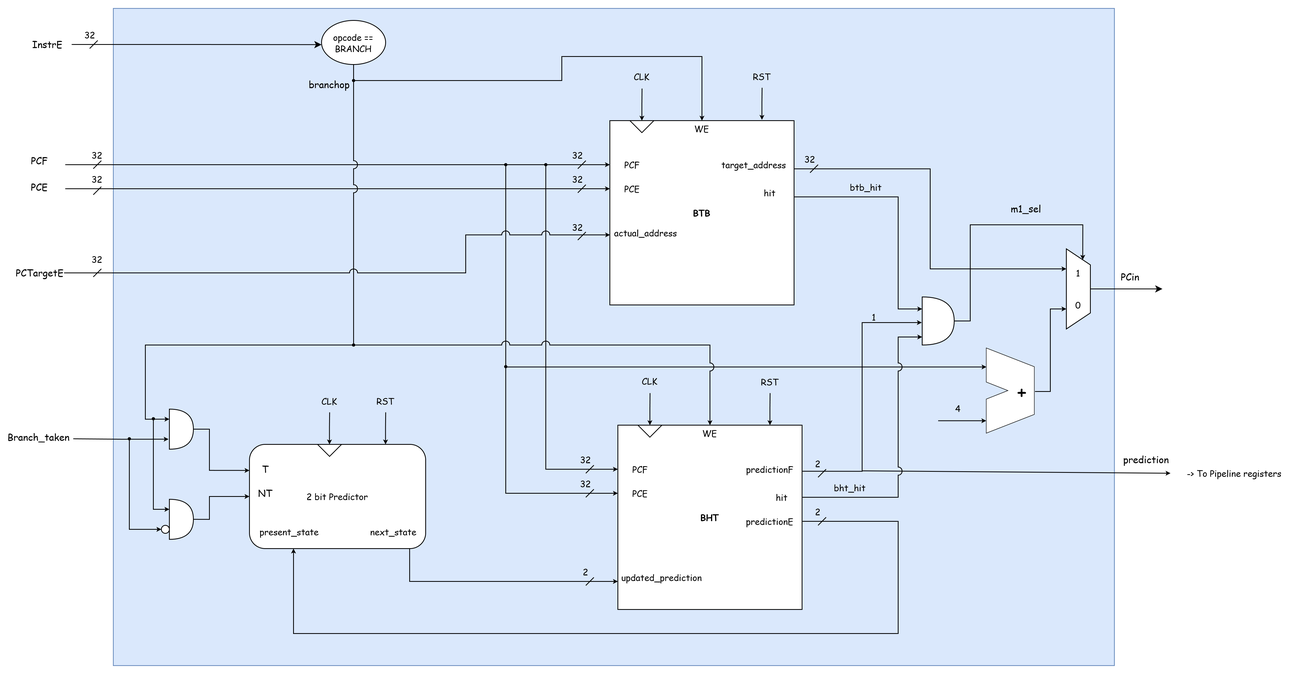
Before: docs/BP.png, a diagram exported from draw.io (abdulrafay7038/RV32I-Pipeline-Core). Source tidied: cells renumbered, new cells last; positions are measured from the earlier drawing's top-left corner, leaving out a move shared by most shapes.
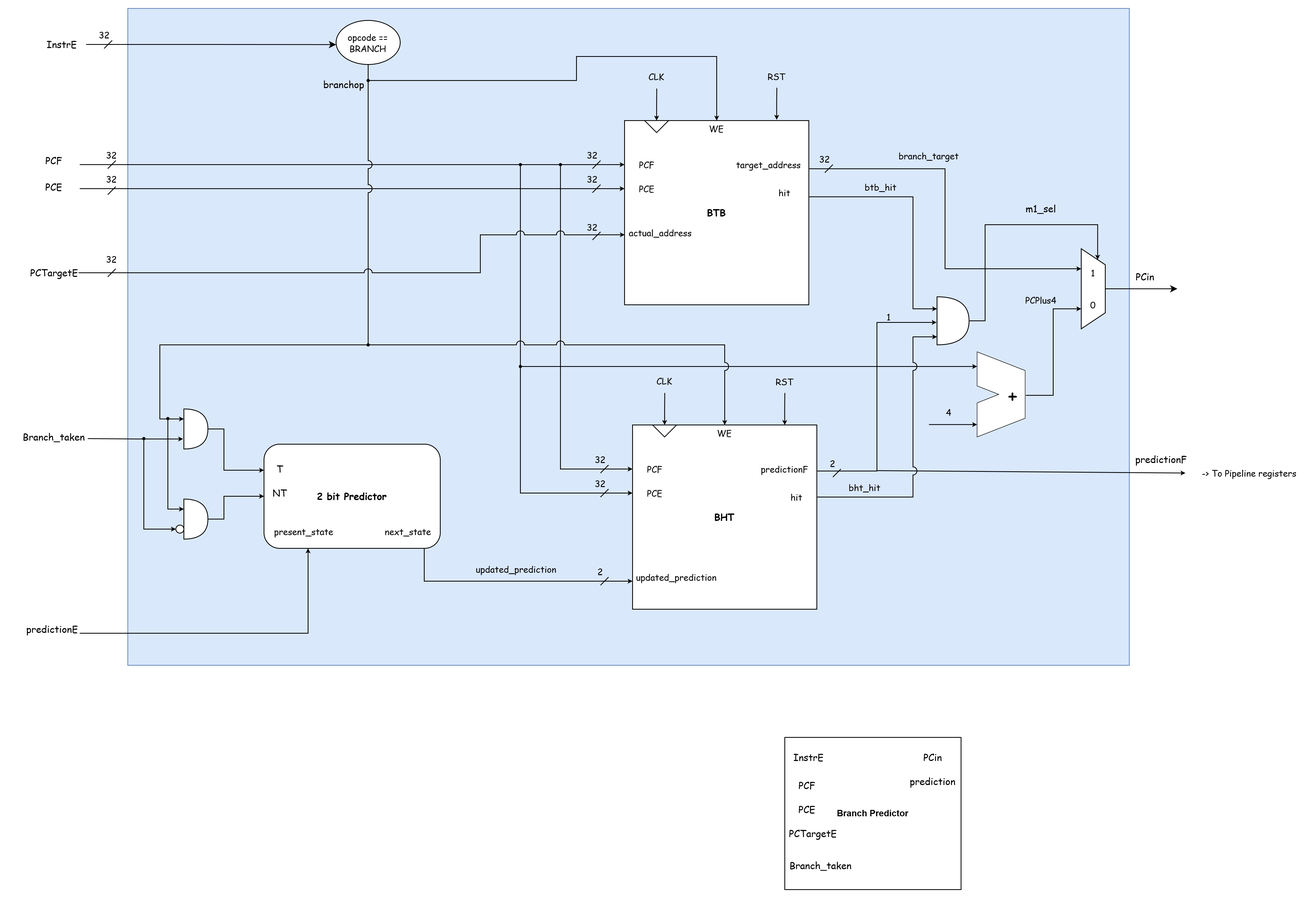
After the change.

Commit message:
Branch predictor diagram updated

What changed in the source:
```diff
@@ -67,7 +67,7 @@
         <mxPoint x="100.2" y="30" as="targetPoint" />
       </mxGeometry>
     </mxCell>
-    <mxCell id="15" value="&lt;b&gt;BTB&lt;/b&gt;" style="whiteSpace=wrap;html=1;fontSize=11;fontFamily=Comic Sans MS;" parent="11" vertex="1">
+    <mxCell id="15" value="&lt;b&gt;&lt;font style=&quot;font-size: 12px;&quot;&gt;BTB&lt;/font&gt;&lt;/b&gt;" style="whiteSpace=wrap;html=1;fontSize=11;fontFamily=Comic Sans MS;" parent="11" vertex="1">
       <mxGeometry x="60" y="70" width="230" height="230" as="geometry" />
     </mxCell>
     <mxCell id="16" value="CLK" style="text;html=1;whiteSpace=wrap;strokeColor=none;fillColor=none;align=center;verticalAlign=middle;rounded=0;fontSize=11;fontFamily=Comic Sans MS;" parent="11" vertex="1">
@@ -136,7 +136,7 @@
     <mxCell id="31" style="edgeStyle=orthogonalEdgeStyle;rounded=0;jettySize=auto;html=1;exitX=1;exitY=0.25;exitDx=0;exitDy=0;endSize=3;entryX=-0.012;entryY=0.533;entryDx=0;entryDy=0;entryPerimeter=0;fontSize=11;fontFamily=Comic Sans MS;" parent="1" edge="1" source="32" target="10">
       <mxGeometry relative="1" as="geometry" />
     </mxCell>
-    <mxCell id="32" value="&lt;b&gt;BHT&lt;/b&gt;" style="whiteSpace=wrap;html=1;fontSize=11;fontFamily=Comic Sans MS;" parent="1" vertex="1">
+    <mxCell id="32" value="&lt;b&gt;&lt;font style=&quot;font-size: 12px;&quot;&gt;BHT&lt;/font&gt;&lt;/b&gt;" style="whiteSpace=wrap;html=1;fontSize=11;fontFamily=Comic Sans MS;" parent="1" vertex="1">
       <mxGeometry x="752" y="520" width="230" height="230" as="geometry" />
     </mxCell>
     <mxCell id="33" value="CLK" style="text;html=1;whiteSpace=wrap;strokeColor=none;fillColor=none;align=center;verticalAlign=middle;rounded=0;fontSize=11;fontFamily=Comic Sans MS;" parent="1" vertex="1">
@@ -203,16 +203,16 @@
       <mxGeometry x="1032" y="210" width="60" height="25" as="geometry" />
     </mxCell>
     <mxCell id="49" value="&lt;font style=&quot;font-size: 25px;&quot;&gt;&amp;nbsp; &amp;nbsp; +&lt;/font&gt;" style="shape=(stored shape, 256 characters);whiteSpace=wrap;html=1;rounded=0;fontSize=11;fontFamily=Comic Sans MS;" parent="1" vertex="1">
-      <mxGeometry x="1212" y="423.7" width="60" height="106.3" as="geometry" />
+      <mxGeometry x="1182" y="428.7" width="60" height="106.3" as="geometry" />
     </mxCell>
     <mxCell id="50" style="endArrow=classic;html=1;rounded=0;endSize=3;fontSize=11;fontFamily=Comic Sans MS;" parent="1" edge="1">
       <mxGeometry relative="1" as="geometry">
-        <mxPoint x="1152" y="514.5" as="sourcePoint" />
-        <mxPoint x="1212" y="514.5" as="targetPoint" />
+        <mxPoint x="1122" y="519.5" as="sourcePoint" />
+        <mxPoint x="1182" y="519.5" as="targetPoint" />
       </mxGeometry>
     </mxCell>
     <mxCell id="51" value="&lt;font&gt;4&lt;/font&gt;" style="text;html=1;whiteSpace=wrap;strokeColor=none;fillColor=none;align=center;verticalAlign=middle;rounded=0;fontSize=11;fontFamily=Comic Sans MS;" parent="1" vertex="1">
-      <mxGeometry x="1162" y="494.5" width="30" height="10" as="geometry" />
+      <mxGeometry x="1132" y="499.5" width="30" height="10" as="geometry" />
     </mxCell>
     <mxCell id="52" value="updated_prediction" style="text;html=1;whiteSpace=wrap;strokeColor=none;fillColor=none;align=center;verticalAlign=middle;rounded=0;fontSize=11;fontFamily=Comic Sans MS;" parent="1" vertex="1">
       <mxGeometry x="752" y="700" width="110" height="20" as="geometry" />
@@ -237,7 +237,7 @@
         <mxPoint x="1442" y="580" as="targetPoint" />
       </mxGeometry>
     </mxCell>
-    <mxCell id="57" value="&lt;font style=&quot;font-size: 12px;&quot;&gt;prediction&lt;/font&gt;" style="text;html=1;whiteSpace=wrap;strokeColor=none;fillColor=none;align=center;verticalAlign=middle;rounded=0;fontSize=11;fontFamily=Comic Sans MS;" parent="1" vertex="1">
+    <mxCell id="57" value="&lt;font style=&quot;font-size: 12px;&quot;&gt;predictionF&lt;/font&gt;" style="text;html=1;whiteSpace=wrap;strokeColor=none;fillColor=none;align=center;verticalAlign=middle;rounded=0;fontSize=11;fontFamily=Comic Sans MS;" parent="1" vertex="1">
       <mxGeometry x="1382" y="547.5" width="60" height="30" as="geometry" />
     </mxCell>
     <mxCell id="58" style="edgeStyle=orthogonalEdgeStyle;rounded=0;jettySize=auto;html=1;exitX=1;exitY=0.5;exitDx=0;exitDy=0;fontSize=11;fontFamily=Comic Sans MS;" parent="1" edge="1" source="59">
@@ -251,38 +251,27 @@
     <mxCell id="60" value="&lt;font&gt;opcode == BRANCH&lt;/font&gt;" style="ellipse;whiteSpace=wrap;html=1;fontSize=11;fontFamily=Comic Sans MS;" parent="1" vertex="1">
       <mxGeometry x="382" y="15" width="80" height="55" as="geometry" />
     </mxCell>
-    <mxCell id="61" style="endArrow=classic;html=1;rounded=0;startArrow=oval;startFill=1;startSize=3;endSize=3;entryX=0.004;entryY=0.223;entryDx=0;entryDy=0;entryPerimeter=0;edgeStyle=orthogonalEdgeStyle;fontSize=11;fontFamily=Comic Sans MS;" parent="1" edge="1" target="49">
+    <mxCell id="61" style="endArrow=classic;html=1;rounded=0;startArrow=oval;startFill=1;startSize=3;endSize=3;edgeStyle=orthogonalEdgeStyle;fontSize=11;fontFamily=Comic Sans MS;" parent="1" edge="1">
       <mxGeometry relative="1" as="geometry">
         <mxPoint x="612" y="195" as="sourcePoint" />
+        <mxPoint x="1182" y="447" as="targetPoint" />
         <Array as="points">
           <mxPoint x="612" y="447" />
+          <mxPoint x="1182" y="447" />
         </Array>
       </mxGeometry>
     </mxCell>
     <mxCell id="62" value="-&amp;gt; To Pipeline registers" style="text;html=1;whiteSpace=wrap;strokeColor=none;fillColor=none;align=center;verticalAlign=middle;rounded=0;fontSize=11;fontFamily=Comic Sans MS;" parent="1" vertex="1">
       <mxGeometry x="1452" y="565" width="140" height="30" as="geometry" />
     </mxCell>
-    <mxCell id="63" style="edgeStyle=orthogonalEdgeStyle;rounded=0;jettySize=auto;html=1;exitX=1;exitY=0.5;exitDx=0;exitDy=0;endSize=3;entryX=0.25;entryY=1;entryDx=0;entryDy=0;fontSize=11;fontFamily=Comic Sans MS;" parent="1" edge="1" source="64" target="68">
+    <mxCell id="63" style="edgeStyle=orthogonalEdgeStyle;rounded=0;jettySize=auto;html=1;endSize=3;entryX=0.25;entryY=1;entryDx=0;entryDy=0;fontSize=11;fontFamily=Comic Sans MS;" parent="1" edge="1" target="68">
       <mxGeometry relative="1" as="geometry">
+        <mxPoint x="62" y="780" as="sourcePoint" />
         <Array as="points">
-          <mxPoint x="1102" y="640" />
-          <mxPoint x="1102" y="780" />
           <mxPoint x="347" y="780" />
         </Array>
       </mxGeometry>
     </mxCell>
-    <mxCell id="64" value="&lt;font&gt;predictionE&lt;/font&gt;" style="text;html=1;whiteSpace=wrap;strokeColor=none;fillColor=none;align=center;verticalAlign=middle;rounded=0;fontSize=11;fontFamily=Comic Sans MS;" parent="1" vertex="1">
-      <mxGeometry x="902" y="625" width="80" height="30" as="geometry" />
-    </mxCell>
-    <mxCell id="65" style="endArrow=none;html=1;rounded=0;spacingLeft=0;fontSize=11;fontFamily=Comic Sans MS;" parent="1" edge="1">
-      <mxGeometry relative="1" as="geometry">
-        <mxPoint x="1002" y="645" as="sourcePoint" />
-        <mxPoint x="1012" y="635" as="targetPoint" />
-      </mxGeometry>
-    </mxCell>
-    <mxCell id="66" value="&lt;font&gt;2&lt;/font&gt;" style="text;html=1;whiteSpace=wrap;strokeColor=none;fillColor=none;align=center;verticalAlign=middle;rounded=0;spacingLeft=0;fontSize=11;fontFamily=Comic Sans MS;" parent="1" vertex="1">
-      <mxGeometry x="992" y="615" width="20" height="25" as="geometry" />
-    </mxCell>
     <mxCell id="67" style="edgeStyle=orthogonalEdgeStyle;rounded=0;jettySize=auto;html=1;exitX=0;exitY=0.25;exitDx=0;exitDy=0;endArrow=none;endFill=0;startArrow=classic;startFill=1;entryX=1;entryY=0.5;entryDx=0;entryDy=0;entryPerimeter=0;startSize=3;" parent="1" edge="1" source="68" target="79">
       <mxGeometry relative="1" as="geometry">
         <Array as="points">
@@ -291,7 +280,7 @@
         </Array>
       </mxGeometry>
     </mxCell>
-    <mxCell id="68" value="&lt;font&gt;2 bit Predictor&lt;/font&gt;" style="rounded=1;whiteSpace=wrap;html=1;fontSize=11;fontFamily=Comic Sans MS;" parent="1" vertex="1">
+    <mxCell id="68" value="&lt;font style=&quot;font-size: 12px;&quot;&gt;&lt;b&gt;2 bit Predictor&lt;/b&gt;&lt;/font&gt;" style="rounded=1;whiteSpace=wrap;html=1;fontSize=11;fontFamily=Comic Sans MS;" parent="1" vertex="1">
       <mxGeometry x="292" y="544" width="220" height="130" as="geometry" />
     </mxCell>
     <mxCell id="69" value="next_state" style="text;html=1;whiteSpace=wrap;strokeColor=none;fillColor=none;align=center;verticalAlign=middle;rounded=0;fontSize=11;fontFamily=Comic Sans MS;" parent="1" vertex="1">
@@ -300,18 +289,6 @@
     <mxCell id="70" value="&lt;font&gt;present_state&lt;/font&gt;" style="text;html=1;whiteSpace=wrap;strokeColor=none;fillColor=none;align=center;verticalAlign=middle;rounded=0;fontSize=11;fontFamily=Comic Sans MS;" parent="1" vertex="1">
       <mxGeometry x="312" y="637.5" width="60" height="30" as="geometry" />
     </mxCell>
-    <mxCell id="71" style="edgeStyle=orthogonalEdgeStyle;rounded=0;orthogonalLoop=1;jettySize=auto;html=1;exitX=0.5;exitY=0;exitDx=0;exitDy=0;endSize=3;startSize=3;startArrow=classic;startFill=1;endArrow=none;endFill=0;fontSize=11;fontFamily=Comic Sans MS;" parent="1" edge="1">
-      <mxGeometry relative="1" as="geometry">
-        <mxPoint x="391.9" y="544" as="sourcePoint" />
-        <mxPoint x="392.1" y="504" as="targetPoint" />
-      </mxGeometry>
-    </mxCell>
-    <mxCell id="72" value="CLK" style="text;html=1;whiteSpace=wrap;strokeColor=none;fillColor=none;align=center;verticalAlign=middle;rounded=0;fontSize=11;fontFamily=Comic Sans MS;" parent="1" vertex="1">
-      <mxGeometry x="372" y="475" width="40" height="30" as="geometry" />
-    </mxCell>
-    <mxCell id="73" style="triangle;whiteSpace=wrap;html=1;direction=south;fontSize=11;fontFamily=Comic Sans MS;" parent="1" vertex="1">
-      <mxGeometry x="377" y="544" width="30" height="15" as="geometry" />
-    </mxCell>
     <mxCell id="74" style="endArrow=none;html=1;rounded=0;fontSize=11;fontFamily=Comic Sans MS;" parent="1" edge="1">
       <mxGeometry relative="1" as="geometry">
         <mxPoint x="92.5" y="50" as="sourcePoint" />
@@ -451,15 +428,6 @@
         <mxPoint x="712" y="279" as="targetPoint" />
       </mxGeometry>
     </mxCell>
-    <mxCell id="103" style="edgeStyle=orthogonalEdgeStyle;rounded=0;orthogonalLoop=1;jettySize=auto;html=1;exitX=0.5;exitY=0;exitDx=0;exitDy=0;endSize=3;startSize=3;startArrow=classic;startFill=1;endArrow=none;endFill=0;fontSize=11;fontFamily=Comic Sans MS;" parent="1" edge="1">
-      <mxGeometry relative="1" as="geometry">
-        <mxPoint x="461.9" y="544" as="sourcePoint" />
-        <mxPoint x="462.1" y="504" as="targetPoint" />
-      </mxGeometry>
-    </mxCell>
-    <mxCell id="104" value="RST" style="text;html=1;whiteSpace=wrap;strokeColor=none;fillColor=none;align=center;verticalAlign=middle;rounded=0;fontSize=11;fontFamily=Comic Sans MS;" parent="1" vertex="1">
-      <mxGeometry x="442" y="475" width="40" height="30" as="geometry" />
-    </mxCell>
     <mxCell id="105" style="edgeStyle=orthogonalEdgeStyle;rounded=0;orthogonalLoop=1;jettySize=auto;html=1;exitX=0.5;exitY=0;exitDx=0;exitDy=0;endSize=3;startSize=3;startArrow=classic;startFill=1;endArrow=none;endFill=0;fontSize=11;fontFamily=Comic Sans MS;" parent="1" edge="1">
       <mxGeometry relative="1" as="geometry">
         <mxPoint x="941.9" y="520" as="sourcePoint" />
@@ -494,5 +462,44 @@
         </Array>
       </mxGeometry>
     </mxCell>
+    <mxCell id="64" value="&lt;font style=&quot;font-size: 12px;&quot;&gt;predictionE&lt;/font&gt;" style="text;html=1;whiteSpace=wrap;strokeColor=none;fillColor=none;align=center;verticalAlign=middle;rounded=0;fontSize=11;fontFamily=Comic Sans MS;" parent="1" vertex="1">
+      <mxGeometry x="-27.5" y="760" width="110" height="30" as="geometry" />
+    </mxCell>
+    <mxCell id="112" value="updated_prediction" style="text;html=1;whiteSpace=wrap;strokeColor=none;fillColor=none;align=center;verticalAlign=middle;rounded=0;fontSize=11;fontFamily=Comic Sans MS;" parent="1" vertex="1">
+      <mxGeometry x="552" y="685" width="110" height="30" as="geometry" />
+    </mxCell>
+    <mxCell id="113" value="&lt;span style=&quot;font-family: &amp;quot;Comic Sans MS&amp;quot;;&quot;&gt;branch_target&lt;/span&gt;" style="text;html=1;whiteSpace=wrap;strokeColor=none;fillColor=none;align=center;verticalAlign=middle;rounded=0;fontSize=11;" parent="1" vertex="1">
+      <mxGeometry x="1092" y="170" width="60" height="30" as="geometry" />
+    </mxCell>
+    <mxCell id="114" value="&lt;font face=&quot;Comic Sans MS&quot; style=&quot;font-size: 11px;&quot;&gt;PCPlus4&lt;/font&gt;" style="text;html=1;whiteSpace=wrap;strokeColor=none;fillColor=none;align=center;verticalAlign=middle;rounded=0;" parent="1" vertex="1">
+      <mxGeometry x="1232" y="350" width="60" height="30" as="geometry" />
+    </mxCell>
+    <mxCell id="115" style="group;" parent="1" vertex="1">
+      <mxGeometry x="942" y="910" width="220" height="190" as="geometry" />
+    </mxCell>
+    <mxCell id="116" value="&lt;b&gt;&lt;font style=&quot;font-size: 11px;&quot;&gt;Branch Predictor&lt;/font&gt;&lt;/b&gt;" style="rounded=0;whiteSpace=wrap;html=1;" parent="115" vertex="1">
+      <mxGeometry width="220" height="190" as="geometry" />
+    </mxCell>
+    <mxCell id="117" value="&lt;font style=&quot;font-size: 12px;&quot;&gt;InstrE&lt;/font&gt;" style="text;html=1;whiteSpace=wrap;strokeColor=none;fillColor=none;align=center;verticalAlign=middle;rounded=0;fontSize=11;fontFamily=Comic Sans MS;" parent="115" vertex="1">
+      <mxGeometry y="10" width="60" height="30" as="geometry" />
+    </mxCell>
+    <mxCell id="118" value="&lt;font face=&quot;Comic Sans MS&quot;&gt;Branch_taken&lt;/font&gt;" style="text;html=1;whiteSpace=wrap;strokeColor=none;fillColor=none;align=center;verticalAlign=middle;rounded=0;" parent="115" vertex="1">
+      <mxGeometry x="4.5" y="145" width="80" height="30" as="geometry" />
+    </mxCell>
+    <mxCell id="119" value="&lt;font style=&quot;font-size: 12px;&quot;&gt;PCF&lt;/font&gt;" style="text;html=1;whiteSpace=wrap;strokeColor=none;fillColor=none;align=center;verticalAlign=middle;rounded=0;fontSize=11;fontFamily=Comic Sans MS;" parent="115" vertex="1">
+      <mxGeometry x="8" y="50" width="40" height="20" as="geometry" />
+    </mxCell>
+    <mxCell id="120" value="&lt;font style=&quot;font-size: 12px;&quot;&gt;PCE&lt;/font&gt;" style="text;html=1;whiteSpace=wrap;strokeColor=none;fillColor=none;align=center;verticalAlign=middle;rounded=0;fontSize=11;fontFamily=Comic Sans MS;" parent="115" vertex="1">
+      <mxGeometry x="8" y="80" width="40" height="20" as="geometry" />
+    </mxCell>
+    <mxCell id="121" value="&lt;font style=&quot;font-size: 12px;&quot;&gt;PCTargetE&lt;/font&gt;" style="text;html=1;whiteSpace=wrap;strokeColor=none;fillColor=none;align=center;verticalAlign=middle;rounded=0;fontSize=11;fontFamily=Comic Sans MS;" parent="115" vertex="1">
+      <mxGeometry x="4.5" y="110" width="61" height="20" as="geometry" />
+    </mxCell>
+    <mxCell id="122" value="&lt;font style=&quot;font-size: 12px;&quot;&gt;PCin&lt;/font&gt;" style="text;html=1;whiteSpace=wrap;strokeColor=none;fillColor=none;align=center;verticalAlign=middle;rounded=0;fontSize=11;fontFamily=Comic Sans MS;" parent="115" vertex="1">
+      <mxGeometry x="160" y="10" width="50" height="30" as="geometry" />
+    </mxCell>
+    <mxCell id="123" value="&lt;font style=&quot;font-size: 12px;&quot;&gt;prediction&lt;/font&gt;" style="text;html=1;whiteSpace=wrap;strokeColor=none;fillColor=none;align=center;verticalAlign=middle;rounded=0;fontSize=11;fontFamily=Comic Sans MS;" parent="115" vertex="1">
+      <mxGeometry x="155" y="40" width="60" height="30" as="geometry" />
+    </mxCell>
   </root>
 </mxGraphModel>
```
